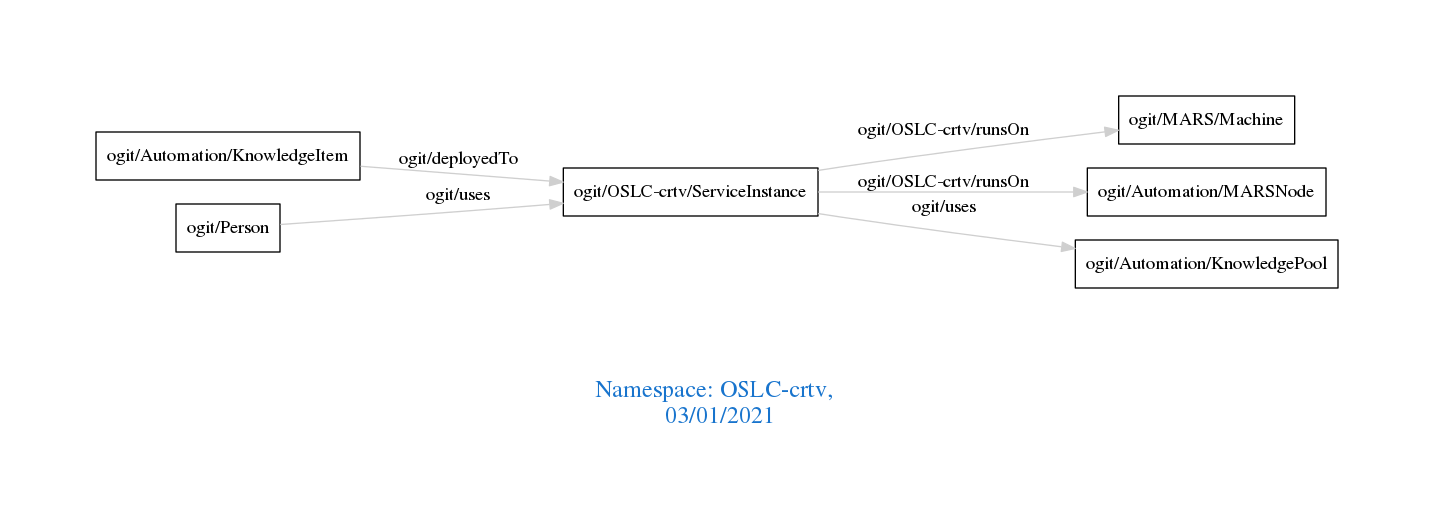
This is downloads/OSLC-crtv.png from arago/OGIT, a Graphviz export, as it was before one commit. Its source is kept beside it as downloads/OSLC-crtv.dot.
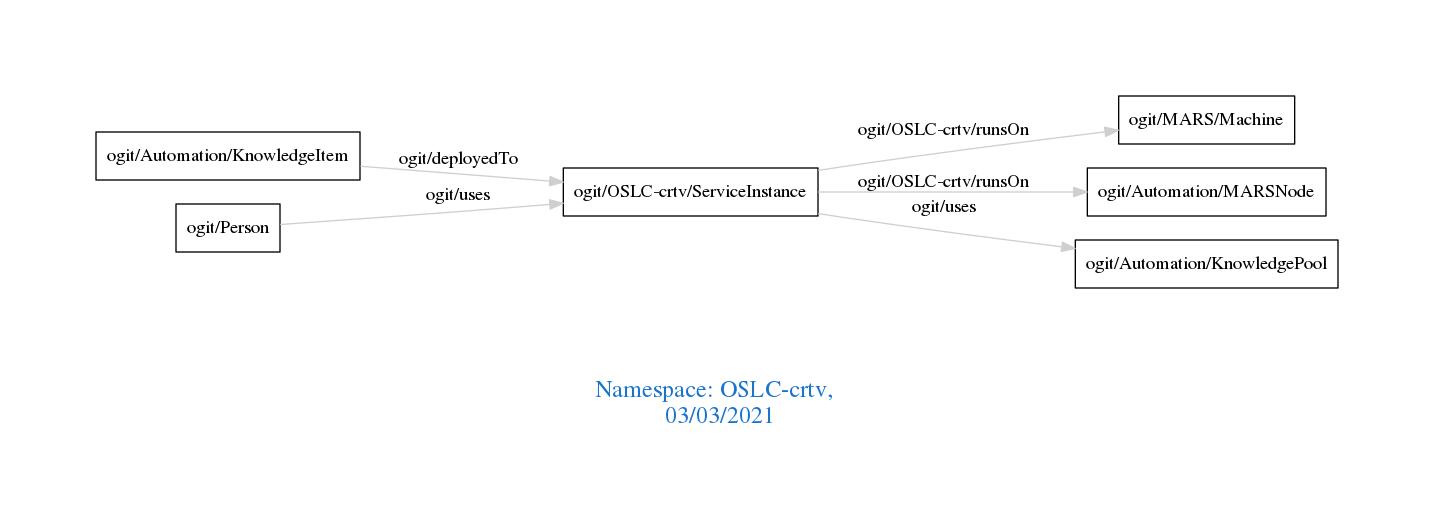
After the commit.

The edit, as a diff of the source:
```diff
@@ -1,7 +1,7 @@
 digraph OGIT_ontology {
  graph [ rankdir= LR,pad=1
 fontsize = 18,
-fontcolor= dodgerblue3,label = "\n\n\nNamespace: OSLC-crtv, \n 03/01/2021"];
+fontcolor= dodgerblue3,label = "\n\n\nNamespace: OSLC-crtv, \n 03/03/2021"];
 node[shape=polygon];
 edge [  color="gray81"];
 
```
